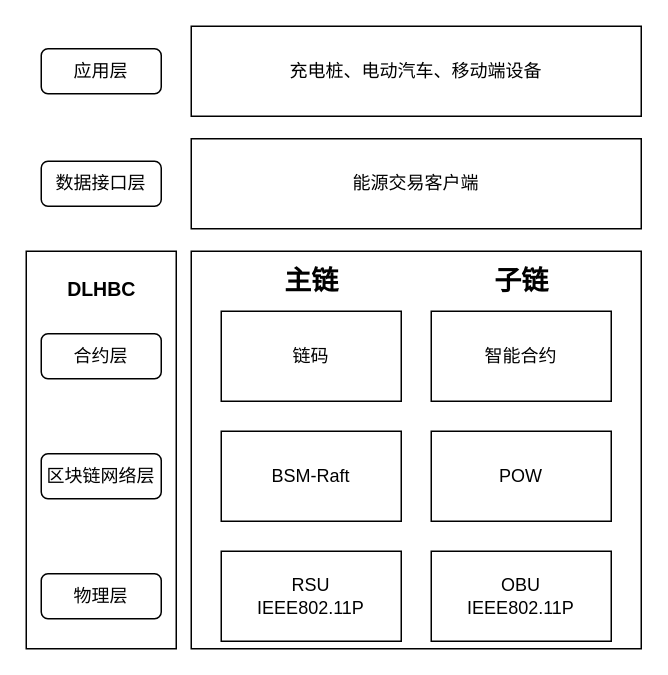
Earlier version of the draw.io diagram 能源交易框架.drawio (burnandgun/diagrams). Source tidied: cells renumbered, new cells numbered last; positions are measured from the earlier drawing's top-left corner, leaving out a move shared by most shapes. Both pictures are drawn from the tidied source at 150%, with x=0, y=0 at pixel (26, 26).
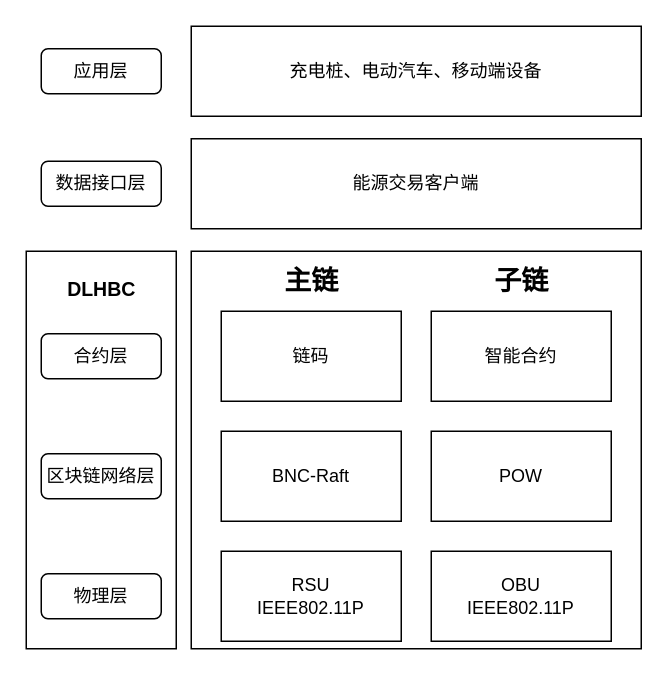
Above is the later version.

Commit message:
更新能源交易框架.drawio

The edit, as a diff of the source:
```diff
@@
 <mxGraphModel>
   <root>
     <mxCell id="0" />
     <mxCell id="1" parent="0" />
     <mxCell id="2" style="rounded=0;whiteSpace=wrap;html=1;fillColor=none;" parent="1" vertex="1">
       <mxGeometry x="110" y="150" width="300" height="265" as="geometry" />
     </mxCell>
     <mxCell id="3" value="物理层" style="rounded=1;whiteSpace=wrap;html=1;" parent="1" vertex="1">
       <mxGeometry x="10" y="365" width="80" height="30" as="geometry" />
     </mxCell>
     <mxCell id="4" value="区块链网络层" style="rounded=1;whiteSpace=wrap;html=1;" parent="1" vertex="1">
       <mxGeometry x="10" y="285" width="80" height="30" as="geometry" />
     </mxCell>
     <mxCell id="5" value="合约层" style="rounded=1;whiteSpace=wrap;html=1;" parent="1" vertex="1">
       <mxGeometry x="10" y="205" width="80" height="30" as="geometry" />
     </mxCell>
     <mxCell id="6" value="数据接口层" style="rounded=1;whiteSpace=wrap;html=1;" parent="1" vertex="1">
       <mxGeometry x="10" y="90" width="80" height="30" as="geometry" />
     </mxCell>
     <mxCell id="7" value="RSU&lt;br&gt;IEEE802.11P" style="rounded=0;whiteSpace=wrap;html=1;" parent="1" vertex="1">
       <mxGeometry x="130" y="350" width="120" height="60" as="geometry" />
     </mxCell>
     <mxCell id="8" value="主链" style="text;html=1;align=center;verticalAlign=middle;strokeColor=none;fillColor=none;strokeWidth=4;fontSize=18;fontStyle=1;" parent="1" vertex="1">
       <mxGeometry x="160" y="150" width="60" height="40" as="geometry" />
     </mxCell>
-    <mxCell id="9" value="BSM-Raft" style="rounded=0;whiteSpace=wrap;html=1;" parent="1" vertex="1">
+    <mxCell id="9" value="BNC-Raft" style="rounded=0;whiteSpace=wrap;html=1;" parent="1" vertex="1">
       <mxGeometry x="130" y="270" width="120" height="60" as="geometry" />
     </mxCell>
     <mxCell id="10" value="链码" style="rounded=0;whiteSpace=wrap;html=1;" parent="1" vertex="1">
       <mxGeometry x="130" y="190" width="120" height="60" as="geometry" />
     </mxCell>
     <mxCell id="11" value="能源交易客户端" style="rounded=0;whiteSpace=wrap;html=1;" parent="1" vertex="1">
       <mxGeometry x="110" y="75" width="300" height="60" as="geometry" />
     </mxCell>
     <mxCell id="12" value="应用层" style="rounded=1;whiteSpace=wrap;html=1;" parent="1" vertex="1">
       <mxGeometry x="10" y="15" width="80" height="30" as="geometry" />
     </mxCell>
     <mxCell id="13" value="充电桩、电动汽车、移动端设备" style="rounded=0;whiteSpace=wrap;html=1;" parent="1" vertex="1">
       <mxGeometry x="110" width="300" height="60" as="geometry" />
     </mxCell>
     <mxCell id="14" value="OBU&lt;br&gt;IEEE802.11P" style="rounded=0;whiteSpace=wrap;html=1;" parent="1" vertex="1">
       <mxGeometry x="270" y="350" width="120" height="60" as="geometry" />
     </mxCell>
     <mxCell id="15" value="POW" style="rounded=0;whiteSpace=wrap;html=1;" parent="1" vertex="1">
       <mxGeometry x="270" y="270" width="120" height="60" as="geometry" />
     </mxCell>
     <mxCell id="16" value="智能合约" style="rounded=0;whiteSpace=wrap;html=1;" parent="1" vertex="1">
       <mxGeometry x="270" y="190" width="120" height="60" as="geometry" />
     </mxCell>
     <mxCell id="17" value="子链" style="text;html=1;align=center;verticalAlign=middle;strokeColor=none;fillColor=none;strokeWidth=4;fontSize=18;fontStyle=1;" parent="1" vertex="1">
       <mxGeometry x="300" y="150" width="60" height="40" as="geometry" />
     </mxCell>
     <mxCell id="18" style="rounded=0;whiteSpace=wrap;html=1;fillColor=none;" parent="1" vertex="1">
       <mxGeometry y="150" width="100" height="265" as="geometry" />
     </mxCell>
     <mxCell id="19" value="DLHBC" style="text;html=1;align=center;verticalAlign=middle;strokeColor=none;fillColor=none;fontSize=13;fontStyle=1;" parent="1" vertex="1">
       <mxGeometry x="15" y="160" width="70" height="30" as="geometry" />
     </mxCell>
   </root>
 </mxGraphModel>
```
